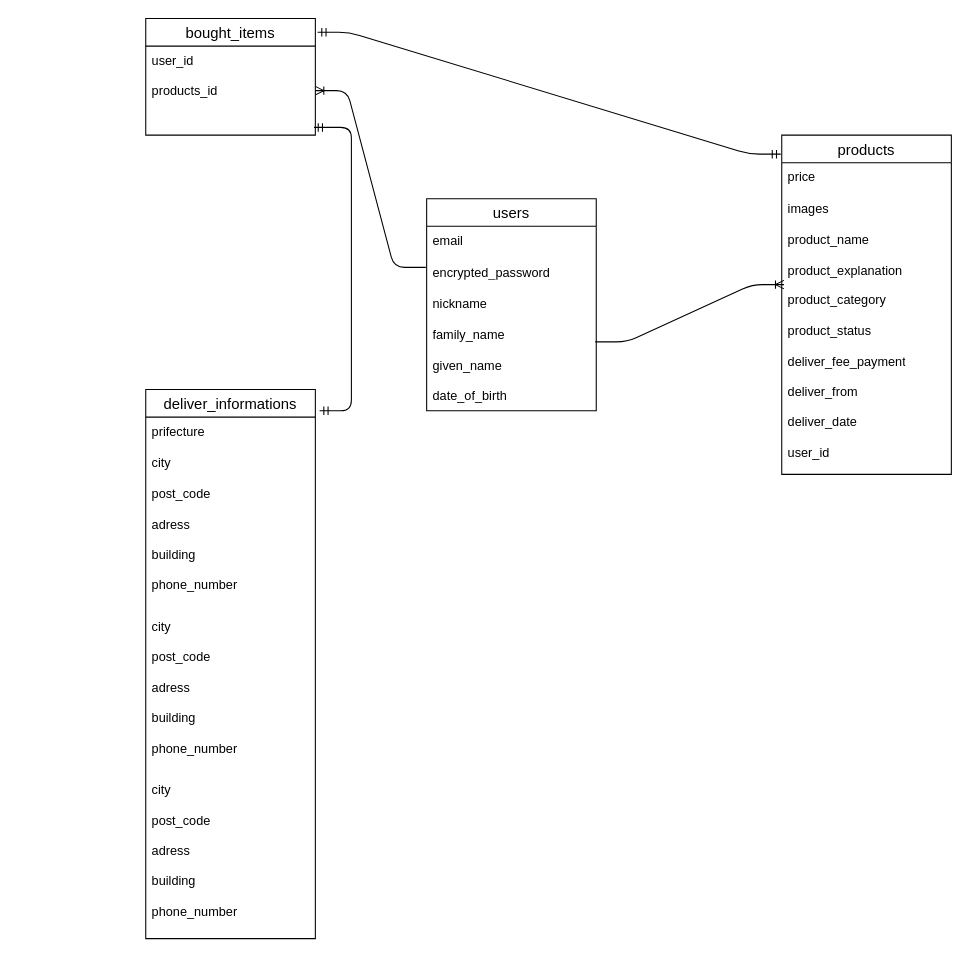
This is db/test.dio from kotagau/furima-42269, a draw.io file, before an edit. Source tidied: cells renumbered, new cells numbered last; positions are measured from the earlier drawing's top-left corner, leaving out a move shared by most shapes. Both pictures are drawn from the tidied source at 106%, with x=0, y=0 at pixel (18, 18).
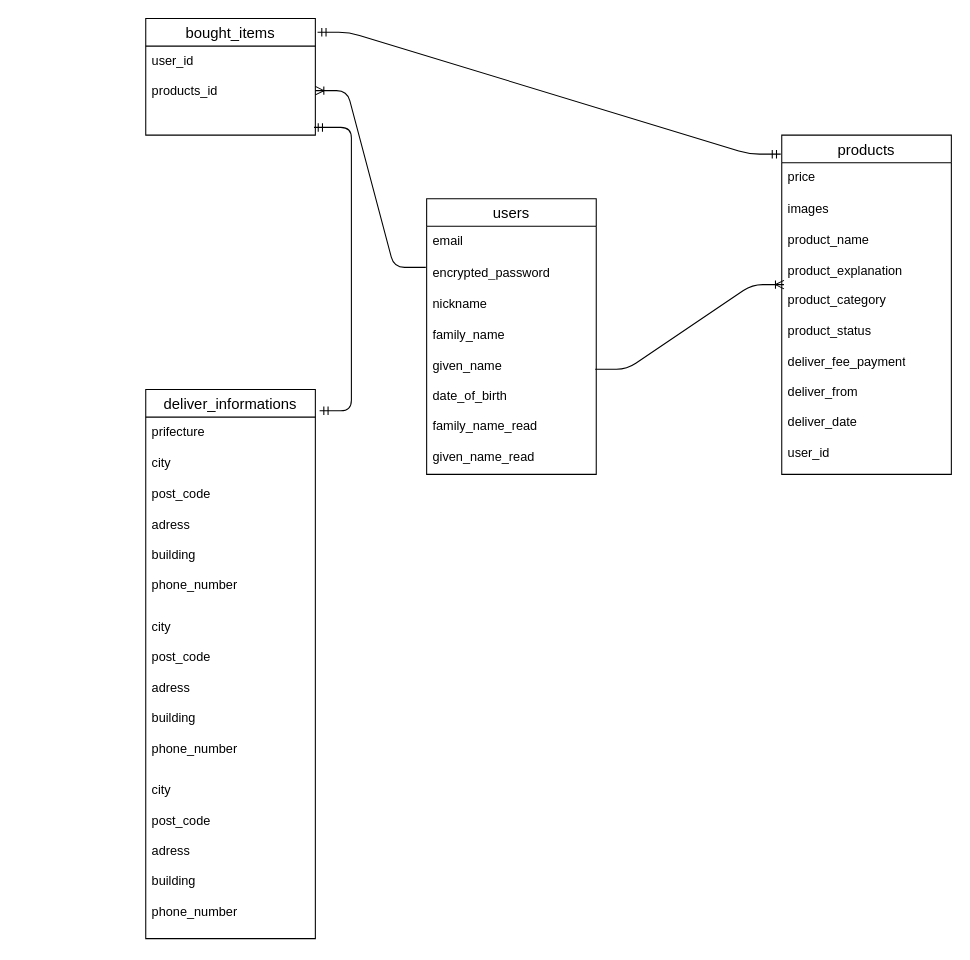
The same diagram, later.

Change to the diagram source:
```diff
@@
     <mxCell id="4" value="users" style="swimlane;fontStyle=0;horizontal=1;startSize=26;align=center;fontSize=14;" parent="1" vertex="1">
-      <mxGeometry x="385" y="170" width="160" height="200" as="geometry" />
+      <mxGeometry x="385" y="170" width="160" height="260" as="geometry" />
     </mxCell>
@@
-    <mxCell id="7" value="nickname&lt;div&gt;&lt;br&gt;&lt;/div&gt;&lt;div&gt;family_name&lt;/div&gt;&lt;div&gt;&lt;br&gt;&lt;/div&gt;&lt;div&gt;given_name&lt;/div&gt;&lt;div&gt;&lt;br&gt;&lt;/div&gt;&lt;div&gt;date_of_birth&lt;/div&gt;" style="text;strokeColor=none;fillColor=none;spacingLeft=4;spacingRight=4;overflow=hidden;points=[[0,0.5],[1,0.5]];portConstraint=eastwest;fontSize=12;whiteSpace=wrap;html=1;" parent="4" vertex="1">
-      <mxGeometry y="86" width="160" height="114" as="geometry" />
+    <mxCell id="7" value="nickname&lt;div&gt;&lt;br&gt;&lt;/div&gt;&lt;div&gt;family_name&lt;/div&gt;&lt;div&gt;&lt;br&gt;&lt;/div&gt;&lt;div&gt;given_name&lt;/div&gt;&lt;div&gt;&lt;br&gt;&lt;/div&gt;&lt;div&gt;date_of_birth&lt;/div&gt;&lt;div&gt;&lt;br&gt;&lt;/div&gt;&lt;div&gt;family_name_read&lt;/div&gt;&lt;div&gt;&lt;br&gt;&lt;/div&gt;&lt;div&gt;given_name_read&lt;/div&gt;" style="text;strokeColor=none;fillColor=none;spacingLeft=4;spacingRight=4;overflow=hidden;points=[[0,0.5],[1,0.5]];portConstraint=eastwest;fontSize=12;whiteSpace=wrap;html=1;" parent="4" vertex="1">
+      <mxGeometry y="86" width="160" height="174" as="geometry" />
     </mxCell>
```
